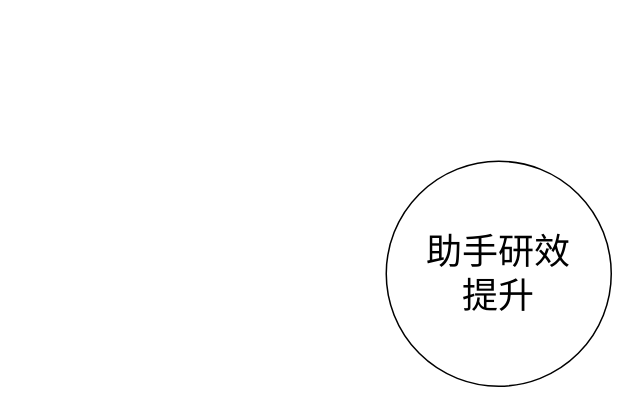
Above: 助手研效提升.drawio in skindhu/9GAG (draw.io), before the change. Source tidied: cells renumbered, new cells numbered last; positions are measured from the earlier drawing's top-left corner, leaving out a move shared by most shapes. Both pictures are drawn from the tidied source at 150%, with x=0, y=0 at pixel (386, 160).
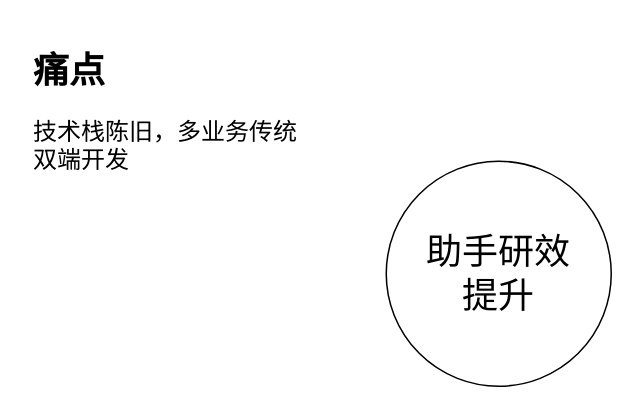
Above is the later version.

Commit message:
更新助手研效提升.drawio

Diff of the diagram source:
```diff
@@
 <mxGraphModel>
   <root>
     <mxCell id="0" />
     <mxCell id="1" parent="0" />
     <mxCell id="2" value="&lt;font style=&quot;font-size: 24px;&quot;&gt;助手研效&lt;br&gt;提升&lt;/font&gt;" style="ellipse;whiteSpace=wrap;html=1;shadow=0;" parent="1" vertex="1">
       <mxGeometry width="150" height="150" as="geometry" />
     </mxCell>
+    <mxCell id="3" value="&lt;h1&gt;痛点&lt;/h1&gt;&lt;p&gt;&lt;font style=&quot;font-size: 16px;&quot;&gt;技术栈陈旧，多业务传统双端开发&lt;/font&gt;&lt;/p&gt;" style="text;html=1;strokeColor=none;fillColor=none;spacing=5;spacingTop=-20;whiteSpace=wrap;overflow=hidden;rounded=0;" parent="1" vertex="1">
+      <mxGeometry x="-240" y="-80" width="190" height="100" as="geometry" />
+    </mxCell>
   </root>
 </mxGraphModel>
```
